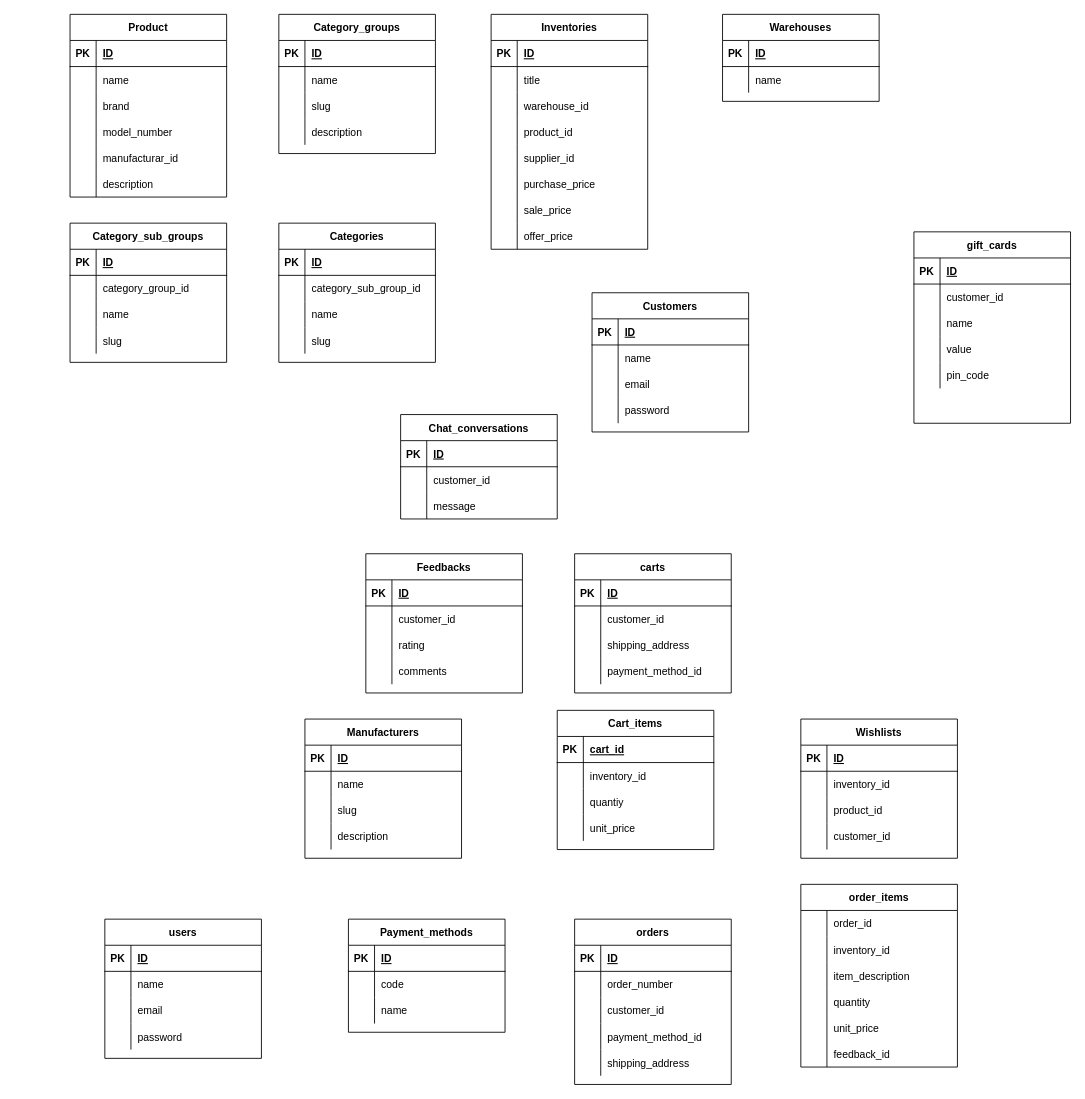
MoksedurRahman/Model keeps this draw.io diagram as Assignment 02 - Modeling 01 - Model on Ecommerce.drawio. Above is the earlier version. Source tidied: cells renumbered, new cells numbered last; positions are measured from the earlier drawing's top-left corner, leaving out a move shared by most shapes. Both pictures are drawn from the tidied source at 87%, with x=0, y=0 at pixel (70, 14).
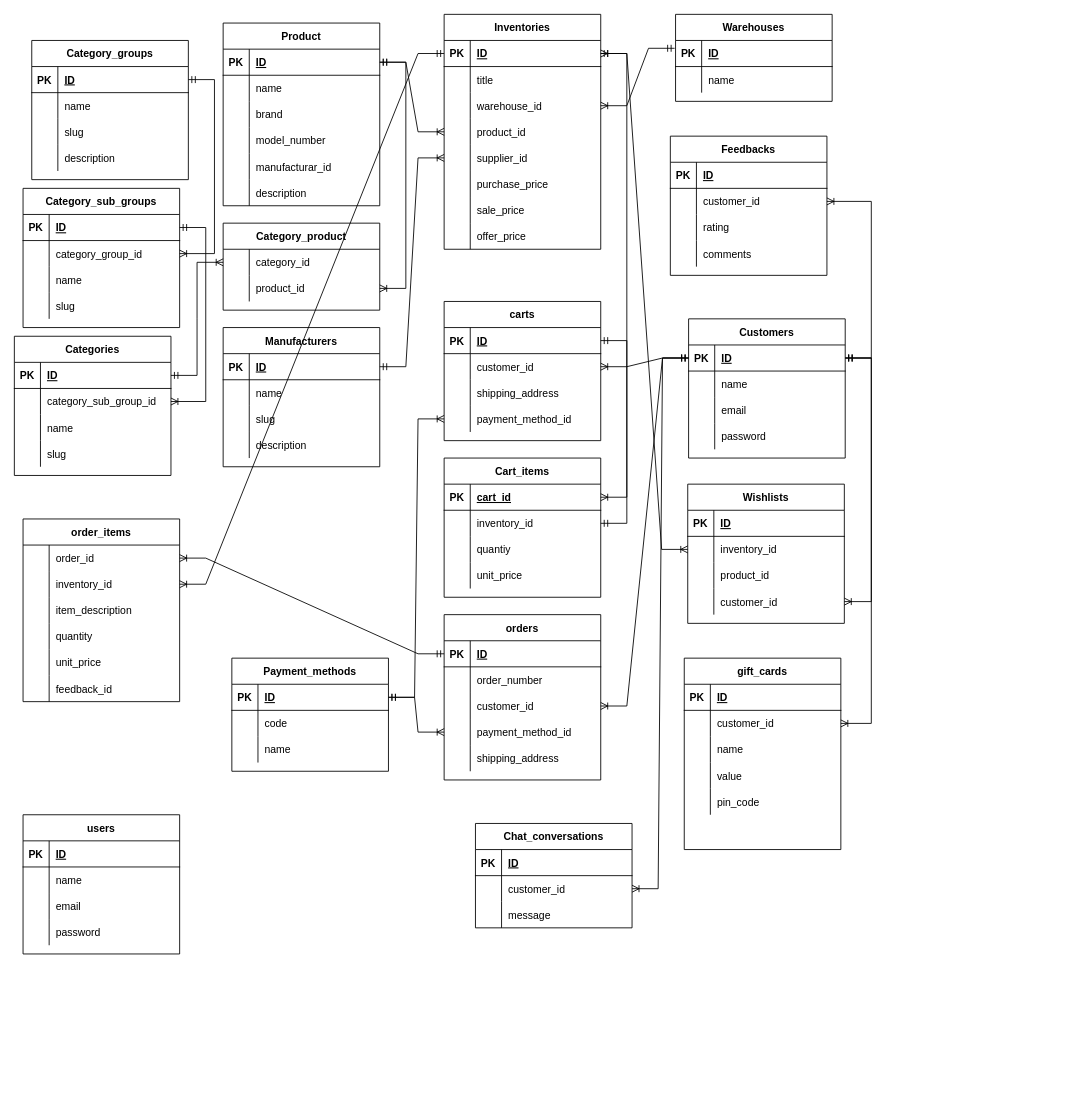
The same diagram, later.

The change refers to these unchanged cells:
```xml
<mxCell id="3" style="shape=partialRectangle;fillColor=none;top=0;left=0;bottom=1;right=0;points=[[0,0.5],[1,0.5]];portConstraint=eastwest;" parent="2" vertex="1">
<mxCell id="22" style="shape=partialRectangle;fillColor=none;top=0;left=0;bottom=1;right=0;points=[[0,0.5],[1,0.5]];portConstraint=eastwest;" parent="21" vertex="1">
<mxCell id="38" style="shape=partialRectangle;fillColor=none;top=0;left=0;bottom=0;right=0;points=[[0,0.5],[1,0.5]];portConstraint=eastwest;" parent="34" vertex="1">
<mxCell id="51" style="shape=partialRectangle;fillColor=none;top=0;left=0;bottom=0;right=0;points=[[0,0.5],[1,0.5]];portConstraint=eastwest;" parent="47" vertex="1">
<mxCell id="67" style="shape=partialRectangle;fillColor=none;top=0;left=0;bottom=0;right=0;points=[[0,0.5],[1,0.5]];portConstraint=eastwest;" parent="63" vertex="1">
<mxCell id="74" style="shape=partialRectangle;fillColor=none;top=0;left=0;bottom=1;right=0;points=[[0,0.5],[1,0.5]];portConstraint=eastwest;" parent="73" vertex="1">
<mxCell id="87" style="shape=partialRectangle;fillColor=none;top=0;left=0;bottom=1;right=0;points=[[0,0.5],[1,0.5]];portConstraint=eastwest;" parent="86" vertex="1">
<mxCell id="90" style="shape=partialRectangle;fillColor=none;top=0;left=0;bottom=0;right=0;points=[[0,0.5],[1,0.5]];portConstraint=eastwest;" parent="86" vertex="1">
<mxCell id="100" style="shape=partialRectangle;fillColor=none;top=0;left=0;bottom=1;right=0;points=[[0,0.5],[1,0.5]];portConstraint=eastwest;" parent="99" vertex="1">
<mxCell id="103" style="shape=partialRectangle;fillColor=none;top=0;left=0;bottom=0;right=0;points=[[0,0.5],[1,0.5]];portConstraint=eastwest;" parent="99" vertex="1">
<mxCell id="113" style="shape=partialRectangle;fillColor=none;top=0;left=0;bottom=1;right=0;points=[[0,0.5],[1,0.5]];portConstraint=eastwest;" parent="112" vertex="1">
<mxCell id="119" style="shape=partialRectangle;fillColor=none;top=0;left=0;bottom=0;right=0;points=[[0,0.5],[1,0.5]];portConstraint=eastwest;" parent="112" vertex="1">
<mxCell id="122" style="shape=partialRectangle;fillColor=none;top=0;left=0;bottom=0;right=0;points=[[0,0.5],[1,0.5]];portConstraint=eastwest;" parent="112" vertex="1">
<mxCell id="125" style="shape=partialRectangle;fillColor=none;top=0;left=0;bottom=0;right=0;points=[[0,0.5],[1,0.5]];portConstraint=eastwest;" parent="112" vertex="1">
<mxCell id="138" style="shape=partialRectangle;fillColor=none;top=0;left=0;bottom=1;right=0;points=[[0,0.5],[1,0.5]];portConstraint=eastwest;" parent="137" vertex="1">
<mxCell id="141" style="shape=partialRectangle;fillColor=none;top=0;left=0;bottom=0;right=0;points=[[0,0.5],[1,0.5]];portConstraint=eastwest;" parent="137" vertex="1">
<mxCell id="147" style="shape=partialRectangle;fillColor=none;top=0;left=0;bottom=0;right=0;points=[[0,0.5],[1,0.5]];portConstraint=eastwest;" parent="137" vertex="1">
<mxCell id="151" style="shape=partialRectangle;fillColor=none;top=0;left=0;bottom=1;right=0;points=[[0,0.5],[1,0.5]];portConstraint=eastwest;" parent="150" vertex="1">
<mxCell id="154" style="shape=partialRectangle;fillColor=none;top=0;left=0;bottom=0;right=0;points=[[0,0.5],[1,0.5]];portConstraint=eastwest;" parent="150" vertex="1">
<mxCell id="164" style="shape=partialRectangle;fillColor=none;top=0;left=0;bottom=1;right=0;points=[[0,0.5],[1,0.5]];portConstraint=eastwest;" parent="163" vertex="1">
<mxCell id="180" style="shape=partialRectangle;fillColor=none;top=0;left=0;bottom=0;right=0;points=[[0,0.5],[1,0.5]];portConstraint=eastwest;" parent="176" vertex="1">
<mxCell id="186" style="shape=partialRectangle;fillColor=none;top=0;left=0;bottom=0;right=0;points=[[0,0.5],[1,0.5]];portConstraint=eastwest;" parent="176" vertex="1">
<mxCell id="190" style="shape=partialRectangle;fillColor=none;top=0;left=0;bottom=1;right=0;points=[[0,0.5],[1,0.5]];portConstraint=eastwest;" parent="189" vertex="1">
<mxCell id="210" style="shape=partialRectangle;fillColor=none;top=0;left=0;bottom=1;right=0;points=[[0,0.5],[1,0.5]];portConstraint=eastwest;" parent="209" vertex="1">
<mxCell id="220" style="shape=partialRectangle;fillColor=none;top=0;left=0;bottom=1;right=0;points=[[0,0.5],[1,0.5]];portConstraint=eastwest;" parent="219" vertex="1">
<mxCell id="226" style="shape=partialRectangle;fillColor=none;top=0;left=0;bottom=0;right=0;points=[[0,0.5],[1,0.5]];portConstraint=eastwest;" parent="219" vertex="1">
<mxCell id="229" style="shape=partialRectangle;fillColor=none;top=0;left=0;bottom=0;right=0;points=[[0,0.5],[1,0.5]];portConstraint=eastwest;" parent="219" vertex="1">
<mxCell id="236" style="shape=partialRectangle;fillColor=none;top=0;left=0;bottom=0;right=0;points=[[0,0.5],[1,0.5]];portConstraint=eastwest;" parent="235" vertex="1">
<mxCell id="239" style="shape=partialRectangle;fillColor=none;top=0;left=0;bottom=0;right=0;points=[[0,0.5],[1,0.5]];portConstraint=eastwest;" parent="235" vertex="1">
```

The edit, as a diff of the source:
```diff
@@
     <mxCell id="2" value="Product" style="shape=table;startSize=30;childLayout=tableLayout;rowLines=0;fontStyle=1;align=center;" parent="1" vertex="1">
-      <mxGeometry width="180" height="210" as="geometry" />
+      <mxGeometry x="176" y="10" width="180" height="210" as="geometry" />
     </mxCell>
@@
     <mxCell id="21" value="Customers" style="shape=table;startSize=30;childLayout=tableLayout;rowLines=0;fontStyle=1;align=center;" parent="1" vertex="1">
-      <mxGeometry x="600" y="320" width="180" height="160" as="geometry" />
+      <mxGeometry x="711" y="350" width="180" height="160" as="geometry" />
     </mxCell>
@@
     <mxCell id="34" value="Feedbacks" style="shape=table;startSize=30;childLayout=tableLayout;rowLines=0;fontStyle=1;align=center;" parent="1" vertex="1">
-      <mxGeometry x="340" y="620" width="180" height="160" as="geometry" />
+      <mxGeometry x="690" y="140" width="180" height="160" as="geometry" />
     </mxCell>
@@
     <mxCell id="47" value="gift_cards" style="shape=table;startSize=30;childLayout=tableLayout;rowLines=0;fontStyle=1;align=center;" parent="1" vertex="1">
-      <mxGeometry x="970" y="250" width="180" height="220" as="geometry" />
+      <mxGeometry x="706" y="740" width="180" height="220" as="geometry" />
     </mxCell>
@@
     <mxCell id="63" value="Chat_conversations" style="shape=table;startSize=30;childLayout=tableLayout;rowLines=0;fontStyle=1;align=center;" parent="1" vertex="1">
-      <mxGeometry x="380" y="460" width="180" height="120" as="geometry" />
+      <mxGeometry x="466" y="930" width="180" height="120" as="geometry" />
     </mxCell>
@@
     <mxCell id="73" value="Category_groups" style="shape=table;startSize=30;childLayout=tableLayout;rowLines=0;fontStyle=1;align=center;" parent="1" vertex="1">
-      <mxGeometry x="240" width="180" height="160" as="geometry" />
+      <mxGeometry x="-44" y="30" width="180" height="160" as="geometry" />
     </mxCell>
@@
     <mxCell id="86" value="Category_sub_groups" style="shape=table;startSize=30;childLayout=tableLayout;rowLines=0;fontStyle=1;align=center;" parent="1" vertex="1">
-      <mxGeometry y="240" width="180" height="160" as="geometry" />
+      <mxGeometry x="-54" y="200" width="180" height="160" as="geometry" />
     </mxCell>
@@
     <mxCell id="99" value="Categories" style="shape=table;startSize=30;childLayout=tableLayout;rowLines=0;fontStyle=1;align=center;" parent="1" vertex="1">
-      <mxGeometry x="240" y="240" width="180" height="160" as="geometry" />
+      <mxGeometry x="-64" y="370" width="180" height="160" as="geometry" />
     </mxCell>
@@
     <mxCell id="112" value="Inventories" style="shape=table;startSize=30;childLayout=tableLayout;rowLines=0;fontStyle=1;align=center;" parent="1" vertex="1">
-      <mxGeometry x="484" width="180" height="270" as="geometry" />
+      <mxGeometry x="430" width="180" height="270" as="geometry" />
     </mxCell>
@@
     <mxCell id="137" value="carts" style="shape=table;startSize=30;childLayout=tableLayout;rowLines=0;fontStyle=1;align=center;" parent="1" vertex="1">
-      <mxGeometry x="580" y="620" width="180" height="160" as="geometry" />
+      <mxGeometry x="430" y="330" width="180" height="160" as="geometry" />
     </mxCell>
@@
     <mxCell id="150" value="Cart_items" style="shape=table;startSize=30;childLayout=tableLayout;rowLines=0;fontStyle=1;align=center;" parent="1" vertex="1">
-      <mxGeometry x="560" y="800" width="180" height="160" as="geometry" />
+      <mxGeometry x="430" y="510" width="180" height="160" as="geometry" />
     </mxCell>
@@
     <mxCell id="163" value="Manufacturers" style="shape=table;startSize=30;childLayout=tableLayout;rowLines=0;fontStyle=1;align=center;" parent="1" vertex="1">
-      <mxGeometry x="270" y="810" width="180" height="160" as="geometry" />
+      <mxGeometry x="176" y="360" width="180" height="160" as="geometry" />
     </mxCell>
@@
     <mxCell id="176" value="Wishlists" style="shape=table;startSize=30;childLayout=tableLayout;rowLines=0;fontStyle=1;align=center;" parent="1" vertex="1">
-      <mxGeometry x="840" y="810" width="180" height="160" as="geometry" />
+      <mxGeometry x="710" y="540" width="180" height="160" as="geometry" />
     </mxCell>
@@
     <mxCell id="189" value="Warehouses" style="shape=table;startSize=30;childLayout=tableLayout;rowLines=0;fontStyle=1;align=center;" parent="1" vertex="1">
-      <mxGeometry x="750" width="180" height="100" as="geometry" />
+      <mxGeometry x="696" width="180" height="100" as="geometry" />
     </mxCell>
@@
     <mxCell id="196" value="users" style="shape=table;startSize=30;childLayout=tableLayout;rowLines=0;fontStyle=1;align=center;" parent="1" vertex="1">
-      <mxGeometry x="40" y="1040" width="180" height="160" as="geometry" />
+      <mxGeometry x="-54" y="920" width="180" height="160" as="geometry" />
     </mxCell>
@@
     <mxCell id="209" value="Payment_methods" style="shape=table;startSize=30;childLayout=tableLayout;rowLines=0;fontStyle=1;align=center;" parent="1" vertex="1">
-      <mxGeometry x="320" y="1040" width="180" height="130" as="geometry" />
+      <mxGeometry x="186" y="740" width="180" height="130" as="geometry" />
     </mxCell>
@@
     <mxCell id="219" value="orders" style="shape=table;startSize=30;childLayout=tableLayout;rowLines=0;fontStyle=1;align=center;" parent="1" vertex="1">
-      <mxGeometry x="580" y="1040" width="180" height="190" as="geometry" />
+      <mxGeometry x="430" y="690" width="180" height="190" as="geometry" />
     </mxCell>
@@
     <mxCell id="235" value="order_items" style="shape=table;startSize=30;childLayout=tableLayout;rowLines=0;fontStyle=1;align=center;" parent="1" vertex="1">
-      <mxGeometry x="840" y="1000" width="180" height="210" as="geometry" />
+      <mxGeometry x="-54" y="580" width="180" height="210" as="geometry" />
     </mxCell>
@@
+    <mxCell id="254" style="edgeStyle=entityRelationEdgeStyle;fontSize=12;html=1;endArrow=ERoneToMany;startArrow=ERmandOne;rounded=0;exitX=-0.006;exitY=0.3;exitDx=0;exitDy=0;exitPerimeter=0;" parent="1" edge="1" source="190" target="119">
+      <mxGeometry relative="1" as="geometry" />
+    </mxCell>
+    <mxCell id="255" style="edgeStyle=entityRelationEdgeStyle;fontSize=12;html=1;endArrow=ERoneToMany;startArrow=ERmandOne;rounded=0;" parent="1" edge="1" source="3" target="122">
+      <mxGeometry relative="1" as="geometry" />
+    </mxCell>
+    <mxCell id="256" style="edgeStyle=entityRelationEdgeStyle;fontSize=12;html=1;endArrow=ERoneToMany;startArrow=ERmandOne;rounded=0;" parent="1" edge="1" source="74" target="90">
+      <mxGeometry relative="1" as="geometry" />
+    </mxCell>
+    <mxCell id="257" style="edgeStyle=entityRelationEdgeStyle;fontSize=12;html=1;endArrow=ERoneToMany;startArrow=ERmandOne;rounded=0;" parent="1" edge="1" source="87" target="103">
+      <mxGeometry relative="1" as="geometry" />
+    </mxCell>
+    <mxCell id="258" value="Category_product" style="shape=table;startSize=30;childLayout=tableLayout;rowLines=0;fontStyle=1;align=center;" parent="1" vertex="1">
+      <mxGeometry x="176" y="240" width="180" height="100" as="geometry" />
+    </mxCell>
+    <mxCell id="259" style="shape=partialRectangle;fillColor=none;top=0;left=0;bottom=0;right=0;points=[[0,0.5],[1,0.5]];portConstraint=eastwest;" parent="258" vertex="1">
+      <mxGeometry y="30" width="180" height="30" as="geometry" />
+    </mxCell>
+    <mxCell id="260" style="shape=partialRectangle;fillColor=none;top=0;left=0;bottom=0;right=0;overflow=hidden;" parent="259" vertex="1">
+      <mxGeometry width="30" height="30" as="geometry" />
+    </mxCell>
+    <mxCell id="261" value="category_id" style="shape=partialRectangle;fillColor=none;top=0;left=0;bottom=0;right=0;align=left;spacingLeft=6;overflow=hidden;" parent="259" vertex="1">
+      <mxGeometry x="30" width="150" height="30" as="geometry" />
+    </mxCell>
+    <mxCell id="262" style="shape=partialRectangle;fillColor=none;top=0;left=0;bottom=0;right=0;points=[[0,0.5],[1,0.5]];portConstraint=eastwest;" parent="258" vertex="1">
+      <mxGeometry y="60" width="180" height="30" as="geometry" />
+    </mxCell>
+    <mxCell id="263" style="shape=partialRectangle;fillColor=none;top=0;left=0;bottom=0;right=0;overflow=hidden;" parent="262" vertex="1">
+      <mxGeometry width="30" height="30" as="geometry" />
+    </mxCell>
+    <mxCell id="264" value="product_id" style="shape=partialRectangle;fillColor=none;top=0;left=0;bottom=0;right=0;align=left;spacingLeft=6;overflow=hidden;" parent="262" vertex="1">
+      <mxGeometry x="30" width="150" height="30" as="geometry" />
+    </mxCell>
+    <mxCell id="265" style="edgeStyle=entityRelationEdgeStyle;fontSize=12;html=1;endArrow=ERoneToMany;startArrow=ERmandOne;rounded=0;" parent="1" edge="1" source="100" target="259">
+      <mxGeometry relative="1" as="geometry" />
+    </mxCell>
+    <mxCell id="266" style="edgeStyle=entityRelationEdgeStyle;fontSize=12;html=1;endArrow=ERoneToMany;startArrow=ERmandOne;rounded=0;" parent="1" edge="1" source="3" target="262">
+      <mxGeometry relative="1" as="geometry" />
+    </mxCell>
+    <mxCell id="267" style="edgeStyle=entityRelationEdgeStyle;fontSize=12;html=1;endArrow=ERoneToMany;startArrow=ERmandOne;rounded=0;" parent="1" edge="1" source="164" target="125">
+      <mxGeometry relative="1" as="geometry" />
+    </mxCell>
+    <mxCell id="268" style="edgeStyle=entityRelationEdgeStyle;fontSize=12;html=1;endArrow=ERoneToMany;startArrow=ERmandOne;rounded=0;" parent="1" edge="1" source="22" target="141">
+      <mxGeometry relative="1" as="geometry" />
+    </mxCell>
+    <mxCell id="269" style="edgeStyle=entityRelationEdgeStyle;fontSize=12;html=1;endArrow=ERoneToMany;startArrow=ERmandOne;rounded=0;" parent="1" edge="1" source="138" target="151">
+      <mxGeometry relative="1" as="geometry" />
+    </mxCell>
+    <mxCell id="270" style="edgeStyle=entityRelationEdgeStyle;fontSize=12;html=1;endArrow=ERoneToMany;startArrow=ERmandOne;rounded=0;exitX=0;exitY=0.5;exitDx=0;exitDy=0;" parent="1" edge="1" source="220" target="236">
+      <mxGeometry relative="1" as="geometry" />
+    </mxCell>
+    <mxCell id="271" style="edgeStyle=entityRelationEdgeStyle;fontSize=12;html=1;endArrow=ERoneToMany;startArrow=ERmandOne;rounded=0;" parent="1" edge="1" source="22" target="226">
+      <mxGeometry relative="1" as="geometry" />
+    </mxCell>
+    <mxCell id="272" style="edgeStyle=entityRelationEdgeStyle;fontSize=12;html=1;endArrow=ERoneToMany;startArrow=ERmandOne;rounded=0;" parent="1" edge="1" source="210" target="229">
+      <mxGeometry relative="1" as="geometry" />
+    </mxCell>
+    <mxCell id="273" style="edgeStyle=entityRelationEdgeStyle;fontSize=12;html=1;endArrow=ERoneToMany;startArrow=ERmandOne;rounded=0;" parent="1" edge="1" source="210" target="147">
+      <mxGeometry relative="1" as="geometry" />
+    </mxCell>
+    <mxCell id="274" style="edgeStyle=entityRelationEdgeStyle;fontSize=12;html=1;endArrow=ERoneToMany;startArrow=ERmandOne;rounded=0;" parent="1" edge="1" source="22" target="67">
+      <mxGeometry relative="1" as="geometry" />
+    </mxCell>
+    <mxCell id="275" style="edgeStyle=entityRelationEdgeStyle;fontSize=12;html=1;endArrow=ERoneToMany;startArrow=ERmandOne;rounded=0;" parent="1" edge="1" source="22" target="51">
+      <mxGeometry relative="1" as="geometry" />
+    </mxCell>
+    <mxCell id="276" style="edgeStyle=entityRelationEdgeStyle;fontSize=12;html=1;endArrow=ERoneToMany;startArrow=ERmandOne;rounded=0;" parent="1" edge="1" source="22" target="186">
+      <mxGeometry relative="1" as="geometry" />
+    </mxCell>
+    <mxCell id="277" style="edgeStyle=entityRelationEdgeStyle;fontSize=12;html=1;endArrow=ERoneToMany;startArrow=ERmandOne;rounded=0;" parent="1" edge="1" source="113" target="180">
+      <mxGeometry relative="1" as="geometry" />
+    </mxCell>
+    <mxCell id="278" style="edgeStyle=entityRelationEdgeStyle;fontSize=12;html=1;endArrow=ERoneToMany;startArrow=ERmandOne;rounded=0;" parent="1" edge="1" source="22" target="38">
+      <mxGeometry relative="1" as="geometry" />
+    </mxCell>
+    <mxCell id="279" style="edgeStyle=entityRelationEdgeStyle;fontSize=12;html=1;endArrow=ERoneToMany;startArrow=ERmandOne;rounded=0;" parent="1" edge="1" source="154" target="113">
+      <mxGeometry relative="1" as="geometry" />
+    </mxCell>
+    <mxCell id="280" style="edgeStyle=entityRelationEdgeStyle;fontSize=12;html=1;endArrow=ERoneToMany;startArrow=ERmandOne;rounded=0;" parent="1" edge="1" source="113" target="239">
+      <mxGeometry relative="1" as="geometry" />
+    </mxCell>
```
